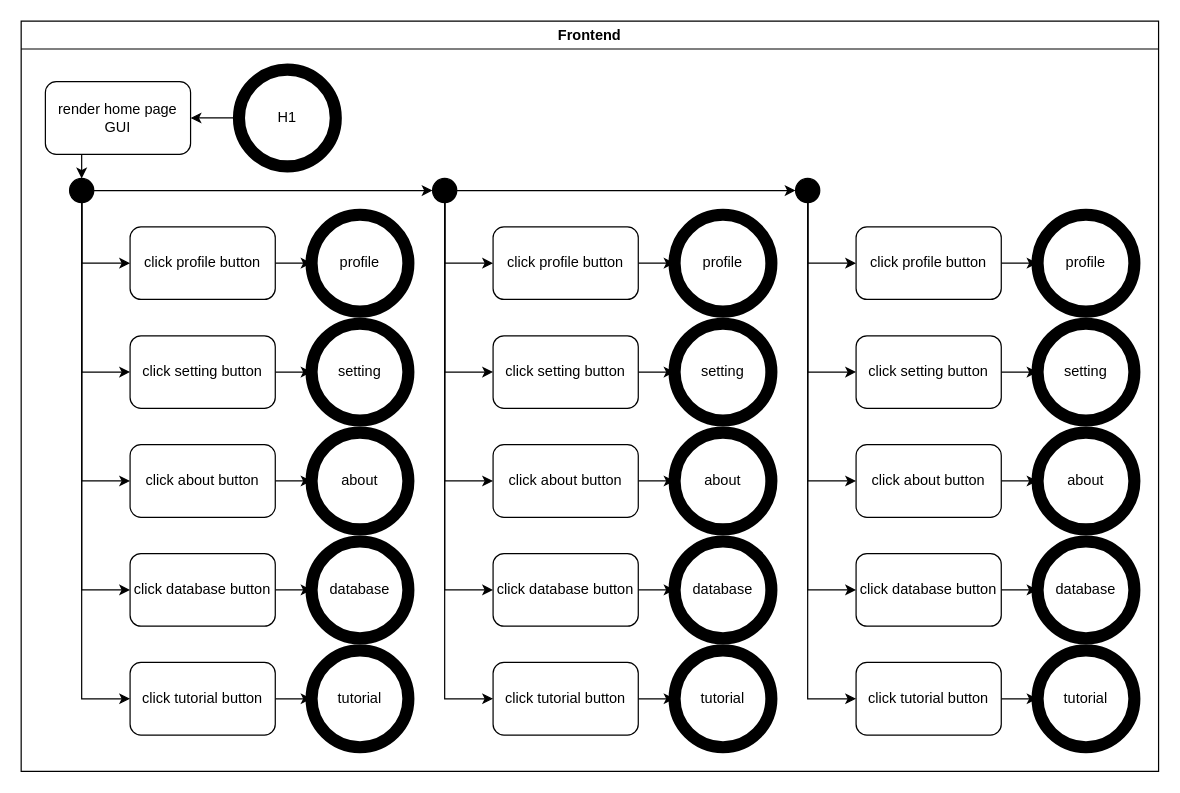
This is page "home 3" (6 of 7) of docs/artifact/ActivityDiagram/activity_diagram.drawio from ssszZ-TH/party_fullstack_docker3, a draw.io file, before an edit. Source tidied: cells renumbered, new cells numbered last; positions are measured from the earlier drawing's top-left corner, leaving out a move shared by most shapes. Both pictures are drawn from the tidied source at 121%, with x=0, y=0 at pixel (21, 21).
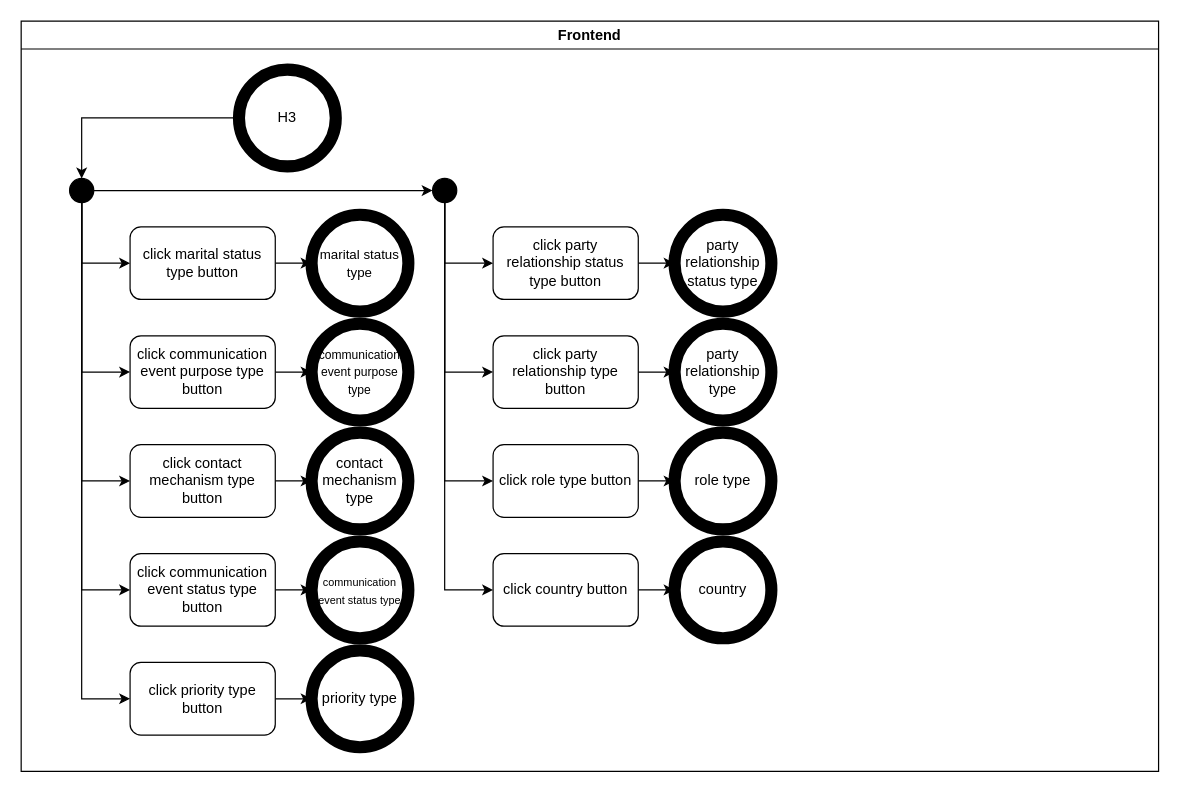
The same diagram, later.

Commit message (it also covers changes not shown here):
docs home page activity diagram  fin

Unchanged cells that the change refers to:
```xml
<mxCell id="2" value="Frontend" style="swimlane;whiteSpace=wrap;html=1;" parent="1" vertex="1">
  <mxGeometry width="940" height="620" as="geometry" />
</mxCell>
<mxCell id="28" style="ellipse;whiteSpace=wrap;html=1;fillColor=#000000;" parent="2" vertex="1">
  <mxGeometry x="40" y="130" width="20" height="20" as="geometry" />
</mxCell>
<mxCell id="50" style="ellipse;whiteSpace=wrap;html=1;fillColor=#000000;" parent="2" vertex="1">
  <mxGeometry x="340" y="130" width="20" height="20" as="geometry" />
</mxCell>
```

The edit, as a diff of the source:
```diff
@@
-    <mxCell id="3" style="edgeStyle=orthogonalEdgeStyle;rounded=0;jettySize=auto;html=1;" parent="2" edge="1" source="4" target="21">
+    <mxCell id="3" style="edgeStyle=orthogonalEdgeStyle;rounded=0;jettySize=auto;html=1;" parent="2" edge="1" source="4" target="28">
       <mxGeometry relative="1" as="geometry" />
     </mxCell>
-    <mxCell id="4" value="H1" style="ellipse;whiteSpace=wrap;html=1;strokeWidth=10;" parent="2" vertex="1">
+    <mxCell id="4" value="H3" style="ellipse;whiteSpace=wrap;html=1;strokeWidth=10;" parent="2" vertex="1">
       <mxGeometry x="180" y="40" width="80" height="80" as="geometry" />
     </mxCell>
@@
-    <mxCell id="6" value="click profile button" style="rounded=1;whiteSpace=wrap;html=1;" parent="2" vertex="1">
+    <mxCell id="6" value="click marital status type button" style="rounded=1;whiteSpace=wrap;html=1;" parent="2" vertex="1">
       <mxGeometry x="90" y="170" width="120" height="60" as="geometry" />
     </mxCell>
@@
-    <mxCell id="8" value="click setting button" style="rounded=1;whiteSpace=wrap;html=1;" parent="2" vertex="1">
+    <mxCell id="8" value="click communication event purpose type button" style="rounded=1;whiteSpace=wrap;html=1;" parent="2" vertex="1">
       <mxGeometry x="90" y="260" width="120" height="60" as="geometry" />
     </mxCell>
@@
-    <mxCell id="10" value="click about button" style="rounded=1;whiteSpace=wrap;html=1;" parent="2" vertex="1">
+    <mxCell id="10" value="click contact mechanism type button" style="rounded=1;whiteSpace=wrap;html=1;" parent="2" vertex="1">
       <mxGeometry x="90" y="350" width="120" height="60" as="geometry" />
     </mxCell>
@@
-    <mxCell id="12" value="click database button" style="rounded=1;whiteSpace=wrap;html=1;" parent="2" vertex="1">
+    <mxCell id="12" value="click communication event status type button" style="rounded=1;whiteSpace=wrap;html=1;" parent="2" vertex="1">
       <mxGeometry x="90" y="440" width="120" height="60" as="geometry" />
     </mxCell>
-    <mxCell id="13" value="profile" style="ellipse;whiteSpace=wrap;html=1;strokeWidth=10;" parent="2" vertex="1">
+    <mxCell id="13" value="&lt;font style=&quot;font-size: 11px;&quot;&gt;marital status type&lt;/font&gt;" style="ellipse;whiteSpace=wrap;html=1;strokeWidth=10;" parent="2" vertex="1">
       <mxGeometry x="240" y="160" width="80" height="80" as="geometry" />
     </mxCell>
-    <mxCell id="14" value="setting" style="ellipse;whiteSpace=wrap;html=1;strokeWidth=10;" parent="2" vertex="1">
+    <mxCell id="14" value="&lt;font style=&quot;font-size: 10px;&quot;&gt;communication event purpose type&lt;/font&gt;" style="ellipse;whiteSpace=wrap;html=1;strokeWidth=10;" parent="2" vertex="1">
       <mxGeometry x="240" y="250" width="80" height="80" as="geometry" />
     </mxCell>
-    <mxCell id="15" value="about" style="ellipse;whiteSpace=wrap;html=1;strokeWidth=10;" parent="2" vertex="1">
+    <mxCell id="15" value="contact mechanism type" style="ellipse;whiteSpace=wrap;html=1;strokeWidth=10;" parent="2" vertex="1">
       <mxGeometry x="240" y="340" width="80" height="80" as="geometry" />
     </mxCell>
-    <mxCell id="16" value="database" style="ellipse;whiteSpace=wrap;html=1;strokeWidth=10;" parent="2" vertex="1">
+    <mxCell id="16" value="&lt;font style=&quot;font-size: 9px;&quot;&gt;communication event status type&lt;/font&gt;" style="ellipse;whiteSpace=wrap;html=1;strokeWidth=10;" parent="2" vertex="1">
       <mxGeometry x="240" y="430" width="80" height="80" as="geometry" />
     </mxCell>
@@
-    <mxCell id="18" value="click tutorial button" style="rounded=1;whiteSpace=wrap;html=1;" parent="2" vertex="1">
+    <mxCell id="18" value="click priority type button" style="rounded=1;whiteSpace=wrap;html=1;" parent="2" vertex="1">
       <mxGeometry x="90" y="530" width="120" height="60" as="geometry" />
     </mxCell>
-    <mxCell id="19" value="tutorial" style="ellipse;whiteSpace=wrap;html=1;strokeWidth=10;" parent="2" vertex="1">
+    <mxCell id="19" value="priority type" style="ellipse;whiteSpace=wrap;html=1;strokeWidth=10;" parent="2" vertex="1">
       <mxGeometry x="240" y="520" width="80" height="80" as="geometry" />
     </mxCell>
-    <mxCell id="20" style="edgeStyle=orthogonalEdgeStyle;rounded=0;jettySize=auto;html=1;entryX=0.5;entryY=0;entryDx=0;entryDy=0;" parent="2" edge="1" source="21" target="28">
-      <mxGeometry relative="1" as="geometry">
-        <Array as="points">
-          <mxPoint x="50" y="120" />
-          <mxPoint x="50" y="120" />
-        </Array>
-      </mxGeometry>
-    </mxCell>
-    <mxCell id="21" value="render home page GUI" style="rounded=1;whiteSpace=wrap;html=1;" parent="2" vertex="1">
-      <mxGeometry x="20" y="50" width="120" height="60" as="geometry" />
-    </mxCell>
@@
-    <mxCell id="30" value="click profile button" style="rounded=1;whiteSpace=wrap;html=1;" parent="2" vertex="1">
+    <mxCell id="30" value="click party relationship status type button" style="rounded=1;whiteSpace=wrap;html=1;" parent="2" vertex="1">
       <mxGeometry x="390" y="170" width="120" height="60" as="geometry" />
     </mxCell>
@@
-    <mxCell id="32" value="click setting button" style="rounded=1;whiteSpace=wrap;html=1;" parent="2" vertex="1">
+    <mxCell id="32" value="click party relationship type button" style="rounded=1;whiteSpace=wrap;html=1;" parent="2" vertex="1">
       <mxGeometry x="390" y="260" width="120" height="60" as="geometry" />
     </mxCell>
@@
-    <mxCell id="34" value="click about button" style="rounded=1;whiteSpace=wrap;html=1;" parent="2" vertex="1">
+    <mxCell id="34" value="click role type button" style="rounded=1;whiteSpace=wrap;html=1;" parent="2" vertex="1">
       <mxGeometry x="390" y="350" width="120" height="60" as="geometry" />
     </mxCell>
@@
-    <mxCell id="36" value="click database button" style="rounded=1;whiteSpace=wrap;html=1;" parent="2" vertex="1">
+    <mxCell id="36" value="click country button" style="rounded=1;whiteSpace=wrap;html=1;" parent="2" vertex="1">
       <mxGeometry x="390" y="440" width="120" height="60" as="geometry" />
     </mxCell>
-    <mxCell id="37" value="profile" style="ellipse;whiteSpace=wrap;html=1;strokeWidth=10;" parent="2" vertex="1">
+    <mxCell id="37" value="party relationship status type" style="ellipse;whiteSpace=wrap;html=1;strokeWidth=10;" parent="2" vertex="1">
       <mxGeometry x="540" y="160" width="80" height="80" as="geometry" />
     </mxCell>
-    <mxCell id="38" value="setting" style="ellipse;whiteSpace=wrap;html=1;strokeWidth=10;" parent="2" vertex="1">
+    <mxCell id="38" value="party relationship type" style="ellipse;whiteSpace=wrap;html=1;strokeWidth=10;" parent="2" vertex="1">
       <mxGeometry x="540" y="250" width="80" height="80" as="geometry" />
     </mxCell>
-    <mxCell id="39" value="about" style="ellipse;whiteSpace=wrap;html=1;strokeWidth=10;" parent="2" vertex="1">
+    <mxCell id="39" value="role type" style="ellipse;whiteSpace=wrap;html=1;strokeWidth=10;" parent="2" vertex="1">
       <mxGeometry x="540" y="340" width="80" height="80" as="geometry" />
     </mxCell>
-    <mxCell id="40" value="database" style="ellipse;whiteSpace=wrap;html=1;strokeWidth=10;" parent="2" vertex="1">
+    <mxCell id="40" value="country" style="ellipse;whiteSpace=wrap;html=1;strokeWidth=10;" parent="2" vertex="1">
       <mxGeometry x="540" y="430" width="80" height="80" as="geometry" />
     </mxCell>
-    <mxCell id="41" style="edgeStyle=orthogonalEdgeStyle;rounded=0;jettySize=auto;html=1;" parent="2" edge="1" source="42" target="43">
-      <mxGeometry relative="1" as="geometry" />
-    </mxCell>
-    <mxCell id="42" value="click tutorial button" style="rounded=1;whiteSpace=wrap;html=1;" parent="2" vertex="1">
-      <mxGeometry x="390" y="530" width="120" height="60" as="geometry" />
-    </mxCell>
-    <mxCell id="43" value="tutorial" style="ellipse;whiteSpace=wrap;html=1;strokeWidth=10;" parent="2" vertex="1">
-      <mxGeometry x="540" y="520" width="80" height="80" as="geometry" />
-    </mxCell>
@@
-    <mxCell id="48" style="edgeStyle=orthogonalEdgeStyle;rounded=0;jettySize=auto;html=1;exitX=0.5;exitY=1;exitDx=0;exitDy=0;entryX=0;entryY=0.5;entryDx=0;entryDy=0;" parent="2" edge="1" source="50" target="42">
-      <mxGeometry relative="1" as="geometry" />
-    </mxCell>
-    <mxCell id="49" style="edgeStyle=orthogonalEdgeStyle;rounded=0;jettySize=auto;html=1;entryX=0;entryY=0.5;entryDx=0;entryDy=0;" parent="2" edge="1" source="50" target="71">
-      <mxGeometry relative="1" as="geometry" />
-    </mxCell>
@@
-    <mxCell id="51" style="edgeStyle=orthogonalEdgeStyle;rounded=0;jettySize=auto;html=1;" parent="2" edge="1" source="52" target="59">
-      <mxGeometry relative="1" as="geometry" />
-    </mxCell>
-    <mxCell id="52" value="click profile button" style="rounded=1;whiteSpace=wrap;html=1;" parent="2" vertex="1">
-      <mxGeometry x="690" y="170" width="120" height="60" as="geometry" />
-    </mxCell>
-    <mxCell id="53" style="edgeStyle=orthogonalEdgeStyle;rounded=0;jettySize=auto;html=1;" parent="2" edge="1" source="54" target="60">
-      <mxGeometry relative="1" as="geometry" />
-    </mxCell>
-    <mxCell id="54" value="click setting button" style="rounded=1;whiteSpace=wrap;html=1;" parent="2" vertex="1">
-      <mxGeometry x="690" y="260" width="120" height="60" as="geometry" />
-    </mxCell>
-    <mxCell id="55" style="edgeStyle=orthogonalEdgeStyle;rounded=0;jettySize=auto;html=1;" parent="2" edge="1" source="56" target="61">
-      <mxGeometry relative="1" as="geometry" />
-    </mxCell>
-    <mxCell id="56" value="click about button" style="rounded=1;whiteSpace=wrap;html=1;" parent="2" vertex="1">
-      <mxGeometry x="690" y="350" width="120" height="60" as="geometry" />
-    </mxCell>
-    <mxCell id="57" style="edgeStyle=orthogonalEdgeStyle;rounded=0;jettySize=auto;html=1;" parent="2" edge="1" source="58" target="62">
-      <mxGeometry relative="1" as="geometry" />
-    </mxCell>
-    <mxCell id="58" value="click database button" style="rounded=1;whiteSpace=wrap;html=1;" parent="2" vertex="1">
-      <mxGeometry x="690" y="440" width="120" height="60" as="geometry" />
-    </mxCell>
-    <mxCell id="59" value="profile" style="ellipse;whiteSpace=wrap;html=1;strokeWidth=10;" parent="2" vertex="1">
-      <mxGeometry x="840" y="160" width="80" height="80" as="geometry" />
-    </mxCell>
-    <mxCell id="60" value="setting" style="ellipse;whiteSpace=wrap;html=1;strokeWidth=10;" parent="2" vertex="1">
-      <mxGeometry x="840" y="250" width="80" height="80" as="geometry" />
-    </mxCell>
-    <mxCell id="61" value="about" style="ellipse;whiteSpace=wrap;html=1;strokeWidth=10;" parent="2" vertex="1">
-      <mxGeometry x="840" y="340" width="80" height="80" as="geometry" />
-    </mxCell>
-    <mxCell id="62" value="database" style="ellipse;whiteSpace=wrap;html=1;strokeWidth=10;" parent="2" vertex="1">
-      <mxGeometry x="840" y="430" width="80" height="80" as="geometry" />
-    </mxCell>
-    <mxCell id="63" style="edgeStyle=orthogonalEdgeStyle;rounded=0;jettySize=auto;html=1;" parent="2" edge="1" source="64" target="65">
-      <mxGeometry relative="1" as="geometry" />
-    </mxCell>
-    <mxCell id="64" value="click tutorial button" style="rounded=1;whiteSpace=wrap;html=1;" parent="2" vertex="1">
-      <mxGeometry x="690" y="530" width="120" height="60" as="geometry" />
-    </mxCell>
-    <mxCell id="65" value="tutorial" style="ellipse;whiteSpace=wrap;html=1;strokeWidth=10;" parent="2" vertex="1">
-      <mxGeometry x="840" y="520" width="80" height="80" as="geometry" />
-    </mxCell>
-    <mxCell id="66" style="edgeStyle=orthogonalEdgeStyle;rounded=0;jettySize=auto;html=1;entryX=0;entryY=0.5;entryDx=0;entryDy=0;" parent="2" edge="1" source="71" target="52">
-      <mxGeometry relative="1" as="geometry">
-        <Array as="points">
-          <mxPoint x="650" y="200" />
-        </Array>
-      </mxGeometry>
-    </mxCell>
-    <mxCell id="67" style="edgeStyle=orthogonalEdgeStyle;rounded=0;jettySize=auto;html=1;exitX=0.5;exitY=1;exitDx=0;exitDy=0;entryX=0;entryY=0.5;entryDx=0;entryDy=0;" parent="2" edge="1" source="71" target="54">
-      <mxGeometry relative="1" as="geometry" />
-    </mxCell>
-    <mxCell id="68" style="edgeStyle=orthogonalEdgeStyle;rounded=0;jettySize=auto;html=1;exitX=0.5;exitY=1;exitDx=0;exitDy=0;entryX=0;entryY=0.5;entryDx=0;entryDy=0;" parent="2" edge="1" source="71" target="56">
-      <mxGeometry relative="1" as="geometry" />
-    </mxCell>
-    <mxCell id="69" style="edgeStyle=orthogonalEdgeStyle;rounded=0;jettySize=auto;html=1;exitX=0.5;exitY=1;exitDx=0;exitDy=0;entryX=0;entryY=0.5;entryDx=0;entryDy=0;" parent="2" edge="1" source="71" target="58">
-      <mxGeometry relative="1" as="geometry" />
-    </mxCell>
-    <mxCell id="70" style="edgeStyle=orthogonalEdgeStyle;rounded=0;jettySize=auto;html=1;exitX=0.5;exitY=1;exitDx=0;exitDy=0;entryX=0;entryY=0.5;entryDx=0;entryDy=0;" parent="2" edge="1" source="71" target="64">
-      <mxGeometry relative="1" as="geometry" />
-    </mxCell>
-    <mxCell id="71" style="ellipse;whiteSpace=wrap;html=1;fillColor=#000000;" parent="2" vertex="1">
-      <mxGeometry x="640" y="130" width="20" height="20" as="geometry" />
-    </mxCell>
```
